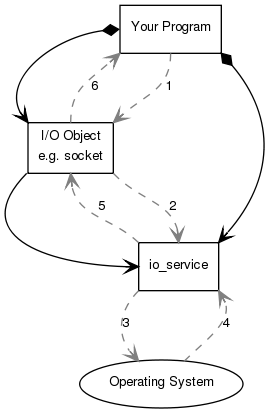
Before: asio/src/doc/overview/sync_op.png, a diagram exported from Graphviz (chriskohlhoff/asio). Its source is kept beside it as asio/src/doc/overview/sync_op.dot.
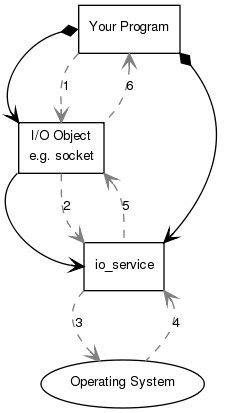
After the commit.

Change to the diagram source:
```diff
@@ -25,83 +25,37 @@
       arrowhead="open"
     ]
 
-  operating_system
-    [
-      label="Operating System",
-      shape=ellipse
-    ];
+  {
+    operating_system [ label="Operating System", shape=ellipse ];
+    io_service [ label="io_service" ];
+    io_object [ label="I/O Object\ne.g. socket" ];
+    your_program [ label="Your Program" ];
+  }
 
-  io_service
-    [
-      label="io_service"
-    ];
+  {
+    edge [ arrowtail="diamond" ];
+    your_program:w -> io_object:nw;
+    your_program:se -> io_service:ne;
+  }
 
-  io_object
-    [
-      label="I/O Object\ne.g. socket"
-    ];
+  {
+    io_object:sw -> io_service:w;
+  }
 
-  your_program
-    [
-      label="Your Program"
-    ];
+  {
+    edge [ style="dashed", color="#808080" ];
 
-  your_program:w -> io_object:nw
-    [
-      arrowtail="diamond"
-    ];
+    {
+      your_program:sw -> io_object:n [ label="1" ];
+      io_object:s -> io_service:nw [ label="2" ];
+      io_service:sw -> operating_system:nw [ label="3" ];
+    }
 
-  your_program:se -> io_service:ne
-    [
-      arrowtail="diamond"
-    ];
-
-  io_object:sw -> io_service:w
-    [
-    ];
-
-  your_program:s -> io_object:ne
-    [
-      style="dashed",
-      label="1"
-      color="#808080"
-    ];
-
-  io_object:se -> io_service:n
-    [
-      style="dashed",
-      label="2"
-      color="#808080"
-    ];
-
-  io_service:sw -> operating_system:nw
-    [
-      style="dashed",
-      label="3"
-      color="#808080"
-    ];
-
-  operating_system:ne -> io_service:se
-    [
-      style="dashed",
-      label="4"
-      color="#808080"
-      constraint="false"
-    ];
-
-  io_service:nw -> io_object:s
-    [
-      style="dashed",
-      label="5",
-      color="#808080"
-      constraint="false"
-    ];
-
-  io_object:n -> your_program:sw
-    [
-      style="dashed",
-      label="6",
-      color="#808080"
-      constraint="false"
-    ];
+    {
+      edge [ arrowhead="none", arrowtail="open" ];
+      io_service:se -> operating_system:ne [ label="4" ];
+      io_object:se -> io_service:n [ label="5" ];
+      your_program:s -> io_object:ne [ label="6" ];
+    }
+  }
 }
```
